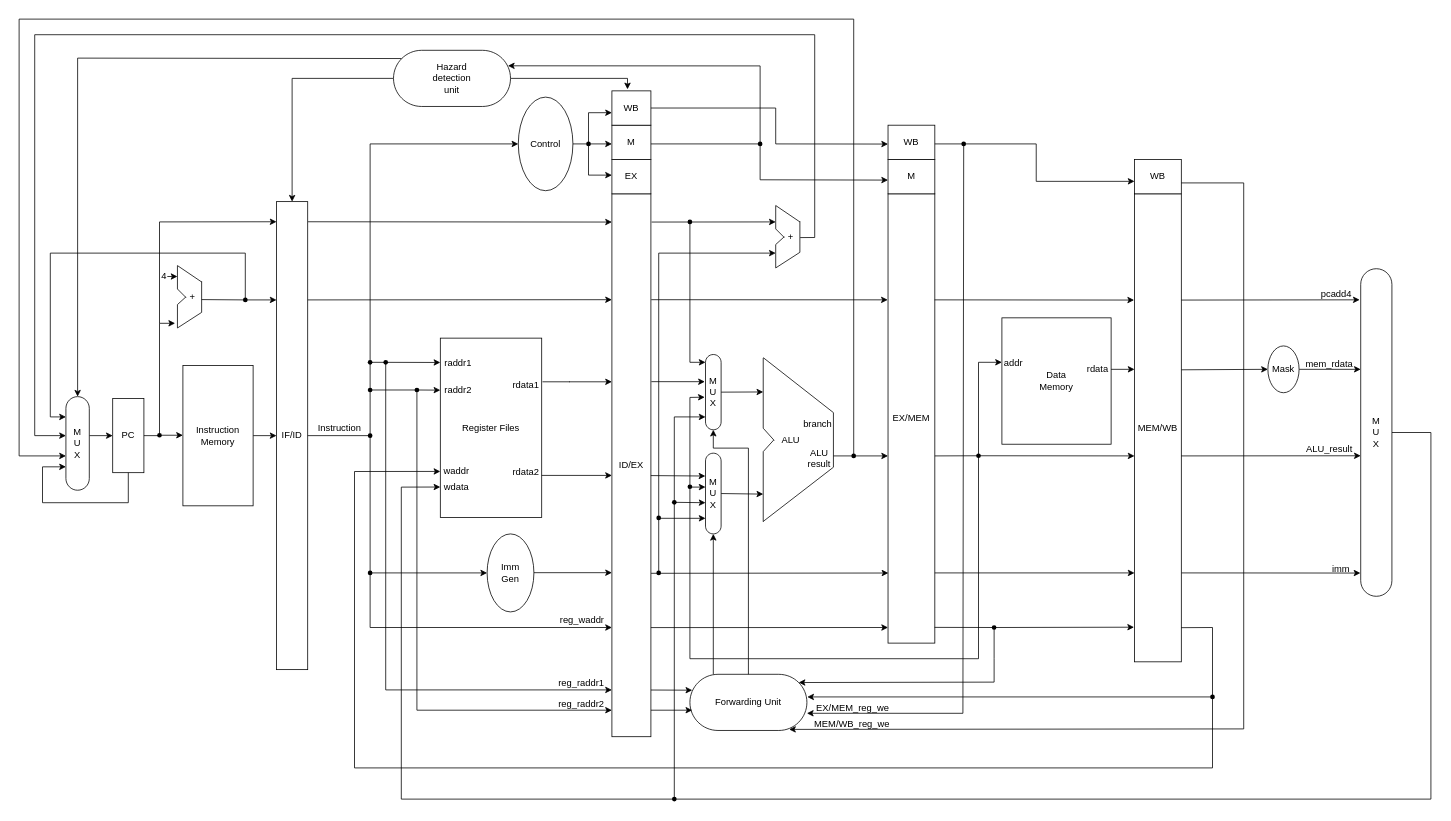
The draw.io diagram CPU2.0 pipeline.drawio in Briarcresy/2026-IC-contest-JYD, before the edit. Source tidied: cells renumbered, new cells numbered last; positions are measured from the earlier drawing's top-left corner, leaving out a move shared by most shapes. Both pictures are drawn from the tidied source at 78%, with x=0, y=0 at pixel (19, 19).
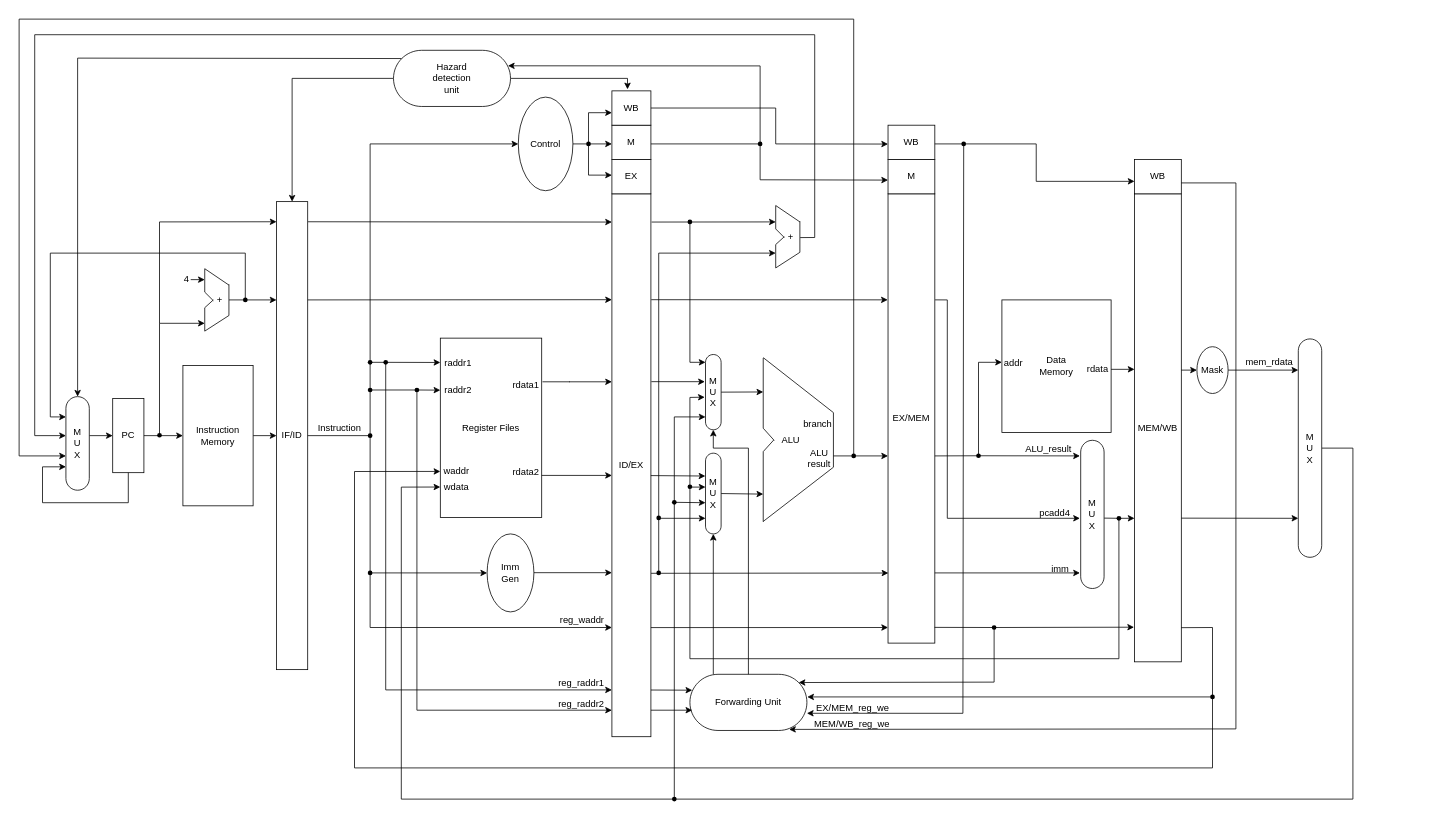
The same diagram, later.

Unchanged cells that the change refers to:
```xml
<mxCell id="18" value="EX/MEM" style="rounded=0;whiteSpace=wrap;html=1;" parent="1" vertex="1">
  <mxGeometry x="1114" y="224" width="60" height="576" as="geometry" />
</mxCell>
<mxCell id="19" value="MEM/WB" style="rounded=0;whiteSpace=wrap;html=1;" parent="1" vertex="1">
  <mxGeometry x="1430" y="224" width="60" height="600" as="geometry" />
</mxCell>
<mxCell id="35" value="M&lt;div&gt;U&lt;/div&gt;&lt;div&gt;X&lt;/div&gt;" style="html=1;dashed=0;whiteSpace=wrap;shape=mxgraph.dfd.start;direction=south;" parent="1" vertex="1">
  <mxGeometry x="880" y="430" width="20" height="96.5" as="geometry" />
</mxCell>
<mxCell id="76" value="Forwarding&amp;nbsp;&lt;span style=&quot;background-color: transparent; color: light-dark(rgb(0, 0, 0), rgb(255, 255, 255));&quot;&gt;Unit&lt;/span&gt;" style="html=1;dashed=0;whiteSpace=wrap;shape=mxgraph.dfd.start;points=[[0,0,0,10.548,10.548000000000002],[0,0,0,10.548,61.452],[0,0,0,139.452,10.548000000000002],[0,0,0,139.452,61.452],[0,0.5,0,0,0],[0.3,0,0,0,0],[0.5,0,0,0,0],[0.5,0.5,0,0,36],[1,0.5,0,0,0]];" parent="1" vertex="1">
  <mxGeometry x="860" y="840" width="150" height="72" as="geometry" />
</mxCell>
<mxCell id="122" style="shape=waypoint;sketch=0;fillStyle=solid;size=6;points=[];fillColor=none;perimeter=centerPerimeter;snapToPoint=1;" parent="1" vertex="1">
  <mxGeometry x="1220" y="549.8" width="20" height="20" as="geometry" />
</mxCell>
<mxCell id="151" style="shape=waypoint;sketch=0;fillStyle=solid;size=6;points=[];fillColor=none;perimeter=centerPerimeter;snapToPoint=1;" parent="1" vertex="1">
  <mxGeometry x="280" y="350" width="20" height="20" as="geometry" />
</mxCell>
```

The edit, as a diff of the source:
```diff
@@
-    <mxCell id="3" style="edgeStyle=orthogonalEdgeStyle;rounded=0;orthogonalLoop=1;jettySize=auto;html=1;exitDx=0;exitDy=0;entryX=0;entryY=0.5;entryDx=0;entryDy=0;" parent="1" edge="1">
+    <mxCell id="3" style="edgeStyle=orthogonalEdgeStyle;rounded=0;orthogonalLoop=1;jettySize=auto;html=1;entryX=0;entryY=0.5;entryDx=0;entryDy=0;" parent="1" edge="1">
       <mxGeometry relative="1" as="geometry">
-        <mxPoint x="183" y="533.5" as="sourcePoint" />
+        <mxPoint x="180" y="534" as="sourcePoint" />
         <mxPoint x="210" y="534" as="targetPoint" />
       </mxGeometry>
     </mxCell>
@@
     <mxCell id="9" value="Data&lt;div&gt;Memory&lt;/div&gt;" style="rounded=0;whiteSpace=wrap;html=1;" parent="1" vertex="1">
-      <mxGeometry x="1260" y="383" width="140" height="162" as="geometry" />
+      <mxGeometry x="1260" y="360" width="140" height="170" as="geometry" />
     </mxCell>
@@
-    <mxCell id="20" style="edgeStyle=none;rounded=0;jettySize=auto;html=1;entryX=0;entryY=0.83;entryDx=0;entryDy=0;entryPerimeter=0;exitX=0.5;exitY=0.5;exitDx=0;exitDy=-20;exitPerimeter=0;" parent="1" edge="1" source="107">
+    <mxCell id="20" style="edgeStyle=none;rounded=0;jettySize=auto;html=1;entryX=0;entryY=0.83;entryDx=0;entryDy=0;entryPerimeter=0;exitX=0.5;exitY=0.5;exitDx=0;exitDy=-15;exitPerimeter=0;" parent="1" edge="1" source="107">
       <mxGeometry relative="1" as="geometry">
         <mxPoint x="540" y="599.9" as="targetPoint" />
         <Array as="points">
-          <mxPoint x="1810" y="530" />
-          <mxPoint x="1810" y="1000" />
+          <mxPoint x="1710" y="550" />
+          <mxPoint x="1710" y="1000" />
           <mxPoint x="490" y="1000" />
           <mxPoint x="490" y="600" />
         </Array>
       </mxGeometry>
     </mxCell>
@@
     <mxCell id="22" style="endArrow=none;html=1;rounded=0;" parent="1" edge="1">
       <mxGeometry relative="1" as="geometry">
-        <mxPoint x="203" y="316" as="sourcePoint" />
-        <mxPoint x="234" y="337" as="targetPoint" />
+        <mxPoint x="238" y="320" as="sourcePoint" />
+        <mxPoint x="269" y="341" as="targetPoint" />
       </mxGeometry>
     </mxCell>
     <mxCell id="23" style="endArrow=none;html=1;rounded=0;" parent="1" edge="1">
       <mxGeometry relative="1" as="geometry">
-        <mxPoint x="203" y="316" as="sourcePoint" />
-        <mxPoint x="203" y="346" as="targetPoint" />
+        <mxPoint x="238" y="320" as="sourcePoint" />
+        <mxPoint x="238" y="350" as="targetPoint" />
       </mxGeometry>
     </mxCell>
     <mxCell id="24" style="endArrow=none;html=1;rounded=0;" parent="1" edge="1">
       <mxGeometry relative="1" as="geometry">
-        <mxPoint x="203" y="346" as="sourcePoint" />
-        <mxPoint x="214" y="357" as="targetPoint" />
+        <mxPoint x="238" y="350" as="sourcePoint" />
+        <mxPoint x="249" y="361" as="targetPoint" />
       </mxGeometry>
     </mxCell>
     <mxCell id="25" style="endArrow=none;html=1;rounded=0;" parent="1" edge="1">
       <mxGeometry relative="1" as="geometry">
-        <mxPoint x="203" y="396" as="sourcePoint" />
-        <mxPoint x="214" y="356" as="targetPoint" />
+        <mxPoint x="238" y="400" as="sourcePoint" />
+        <mxPoint x="249" y="360" as="targetPoint" />
         <Array as="points">
-          <mxPoint x="203" y="366" />
+          <mxPoint x="238" y="370" />
         </Array>
       </mxGeometry>
     </mxCell>
     <mxCell id="26" style="endArrow=none;html=1;rounded=0;" parent="1" edge="1">
       <mxGeometry relative="1" as="geometry">
-        <mxPoint x="203" y="396" as="sourcePoint" />
-        <mxPoint x="234" y="376" as="targetPoint" />
+        <mxPoint x="238" y="400" as="sourcePoint" />
+        <mxPoint x="269" y="380" as="targetPoint" />
       </mxGeometry>
     </mxCell>
@@
     <mxCell id="42" style="endArrow=classic;html=1;rounded=0;exitDx=0;exitDy=0;exitPerimeter=0;" parent="1" edge="1" source="122">
       <mxGeometry relative="1" as="geometry">
-        <mxPoint x="1430" y="560" as="targetPoint" />
+        <mxPoint x="1360" y="560" as="targetPoint" />
       </mxGeometry>
     </mxCell>
@@
     <mxCell id="57" style="endArrow=classic;html=1;rounded=0;exitX=1;exitY=0.5;exitDx=0;exitDy=0;" parent="1" edge="1" source="127">
       <mxGeometry relative="1" as="geometry">
-        <mxPoint x="1720" y="449" as="targetPoint" />
+        <mxPoint x="1640" y="450" as="targetPoint" />
       </mxGeometry>
     </mxCell>
@@
     <mxCell id="66" style="endArrow=none;html=1;rounded=0;" parent="1" edge="1">
       <mxGeometry relative="1" as="geometry">
-        <mxPoint x="234" y="376" as="sourcePoint" />
-        <mxPoint x="234" y="336" as="targetPoint" />
+        <mxPoint x="269" y="380" as="sourcePoint" />
+        <mxPoint x="269" y="340" as="targetPoint" />
       </mxGeometry>
     </mxCell>
     <mxCell id="67" value="+" style="text;html=1;align=center;verticalAlign=middle;points=[];strokeColor=none;fillColor=none;" parent="1" vertex="1">
-      <mxGeometry x="207" y="342" width="30" height="30" as="geometry" />
+      <mxGeometry x="242" y="346" width="30" height="30" as="geometry" />
     </mxCell>
     <mxCell id="68" style="endArrow=classic;html=1;rounded=0;" parent="1" edge="1">
       <mxGeometry relative="1" as="geometry">
         <mxPoint x="180" y="534" as="sourcePoint" />
-        <mxPoint x="200" y="390" as="targetPoint" />
+        <mxPoint x="238" y="390" as="targetPoint" />
         <Array as="points">
           <mxPoint x="180" y="390" />
         </Array>
       </mxGeometry>
     </mxCell>
@@
     <mxCell id="71" style="endArrow=classic;html=1;rounded=0;" parent="1" edge="1">
       <mxGeometry relative="1" as="geometry">
-        <mxPoint x="190" y="330" as="sourcePoint" />
-        <mxPoint x="203" y="330" as="targetPoint" />
+        <mxPoint x="220" y="334" as="sourcePoint" />
+        <mxPoint x="238" y="334" as="targetPoint" />
       </mxGeometry>
     </mxCell>
     <mxCell id="72" value="4" style="text;strokeColor=none;align=center;fillColor=none;html=1;verticalAlign=middle;whiteSpace=wrap;rounded=0;" parent="1" vertex="1">
-      <mxGeometry x="178" y="324" width="16" height="11" as="geometry" />
+      <mxGeometry x="210" y="328" width="10" height="11" as="geometry" />
     </mxCell>
@@
     <mxCell id="107" value="M&lt;div&gt;U&lt;/div&gt;&lt;div&gt;X&lt;/div&gt;" style="html=1;dashed=0;whiteSpace=wrap;shape=mxgraph.dfd.start;direction=south;" parent="1" vertex="1">
-      <mxGeometry x="1720" y="320" width="40" height="420" as="geometry" />
+      <mxGeometry x="1640" y="410" width="30" height="280" as="geometry" />
     </mxCell>
@@
     <mxCell id="109" style="endArrow=classic;html=1;rounded=0;entryX=0.848;entryY=0.981;entryDx=0;entryDy=0;entryPerimeter=0;" parent="1" edge="1" target="76">
       <mxGeometry relative="1" as="geometry">
         <mxPoint x="1490" y="210" as="sourcePoint" />
         <Array as="points">
-          <mxPoint x="1570" y="210" />
-          <mxPoint x="1570" y="910" />
+          <mxPoint x="1560" y="210" />
+          <mxPoint x="1560" y="910" />
         </Array>
       </mxGeometry>
     </mxCell>
@@
-    <mxCell id="114" style="endArrow=classic;html=1;rounded=0;entryX=-0.009;entryY=0.227;entryDx=0;entryDy=0;entryPerimeter=0;exitX=0.994;exitY=0.236;exitDx=0;exitDy=0;exitPerimeter=0;" parent="1" edge="1" source="18" target="19">
-      <mxGeometry relative="1" as="geometry" />
-    </mxCell>
-    <mxCell id="115" style="endArrow=classic;html=1;rounded=0;exitX=1.002;exitY=0.227;exitDx=0;exitDy=0;exitPerimeter=0;entryX=0.095;entryY=1.033;entryDx=0;entryDy=0;entryPerimeter=0;" parent="1" edge="1" source="19" target="107">
-      <mxGeometry relative="1" as="geometry" />
-    </mxCell>
-    <mxCell id="116" style="endArrow=classic;html=1;rounded=0;exitX=0.999;exitY=0.56;exitDx=0;exitDy=0;exitPerimeter=0;entryX=0.571;entryY=1;entryDx=0;entryDy=0;entryPerimeter=0;" parent="1" edge="1" source="19" target="107">
-      <mxGeometry relative="1" as="geometry" />
-    </mxCell>
-    <mxCell id="117" value="pcadd4" style="text;strokeColor=none;align=center;fillColor=none;html=1;verticalAlign=middle;whiteSpace=wrap;rounded=0;" parent="1" vertex="1">
-      <mxGeometry x="1659" y="348" width="60" height="10" as="geometry" />
-    </mxCell>
-    <mxCell id="118" value="ALU_result" style="text;strokeColor=none;align=center;fillColor=none;html=1;verticalAlign=middle;whiteSpace=wrap;rounded=0;" parent="1" vertex="1">
-      <mxGeometry x="1650" y="547" width="60" height="10" as="geometry" />
-    </mxCell>
     <mxCell id="119" value="mem_rdata" style="text;strokeColor=none;align=center;fillColor=none;html=1;verticalAlign=middle;whiteSpace=wrap;rounded=0;" parent="1" vertex="1">
-      <mxGeometry x="1650" y="437" width="60" height="10" as="geometry" />
+      <mxGeometry x="1573" y="435" width="60" height="10" as="geometry" />
     </mxCell>
@@
-    <mxCell id="124" style="endArrow=classic;html=1;rounded=0;entryX=0;entryY=0.81;entryDx=0;entryDy=0;entryPerimeter=0;" parent="1" edge="1" target="19">
+    <mxCell id="124" style="endArrow=classic;html=1;rounded=0;" parent="1" edge="1">
       <mxGeometry relative="1" as="geometry">
         <mxPoint x="1174" y="710" as="sourcePoint" />
+        <mxPoint x="1360" y="710" as="targetPoint" />
       </mxGeometry>
     </mxCell>
-    <mxCell id="125" style="endArrow=classic;html=1;rounded=0;entryX=0.929;entryY=1.01;entryDx=0;entryDy=0;entryPerimeter=0;exitX=1.005;exitY=0.81;exitDx=0;exitDy=0;exitPerimeter=0;" parent="1" edge="1" source="19" target="107">
-      <mxGeometry relative="1" as="geometry" />
-    </mxCell>
-    <mxCell id="126" value="imm" style="text;strokeColor=none;align=center;fillColor=none;html=1;verticalAlign=middle;whiteSpace=wrap;rounded=0;" parent="1" vertex="1">
-      <mxGeometry x="1680" y="700" width="30" height="10" as="geometry" />
-    </mxCell>
     <mxCell id="127" value="Mask" style="ellipse;whiteSpace=wrap;html=1;" parent="1" vertex="1">
-      <mxGeometry x="1601" y="419" width="40" height="60" as="geometry" />
+      <mxGeometry x="1510" y="420" width="40" height="60" as="geometry" />
     </mxCell>
-    <mxCell id="128" style="endArrow=classic;html=1;rounded=0;exitX=1.003;exitY=0.376;exitDx=0;exitDy=0;exitPerimeter=0;entryX=0;entryY=0.5;entryDx=0;entryDy=0;" parent="1" edge="1" source="19" target="127">
-      <mxGeometry relative="1" as="geometry" />
+    <mxCell id="128" style="endArrow=classic;html=1;rounded=0;entryX=0;entryY=0.5;entryDx=0;entryDy=0;" parent="1" edge="1" target="127">
+      <mxGeometry relative="1" as="geometry">
+        <mxPoint x="1490" y="450" as="sourcePoint" />
+      </mxGeometry>
     </mxCell>
@@
-    <mxCell id="134" style="endArrow=classic;html=1;rounded=0;exitX=0.597;exitY=0.906;exitDx=0;exitDy=0;exitPerimeter=0;entryX=0.567;entryY=1.05;entryDx=0;entryDy=0;entryPerimeter=0;" parent="1" edge="1" source="122" target="35">
+    <mxCell id="134" style="endArrow=classic;html=1;rounded=0;entryX=0.567;entryY=1.05;entryDx=0;entryDy=0;entryPerimeter=0;exitX=0.525;exitY=-0.002;exitDx=0;exitDy=0;exitPerimeter=0;" parent="1" edge="1" source="184" target="35">
       <mxGeometry relative="1" as="geometry">
         <Array as="points">
-          <mxPoint x="1230" y="820" />
+          <mxPoint x="1410" y="640" />
+          <mxPoint x="1410" y="820" />
           <mxPoint x="860" y="820" />
           <mxPoint x="860" y="485" />
         </Array>
       </mxGeometry>
     </mxCell>
@@
-    <mxCell id="150" style="endArrow=none;html=1;rounded=0;exitX=0.902;exitY=0.586;exitDx=0;exitDy=0;exitPerimeter=0;endFill=0;" parent="1" edge="1" source="67" target="151">
+    <mxCell id="150" style="endArrow=none;html=1;rounded=0;exitX=0.905;exitY=0.467;exitDx=0;exitDy=0;exitPerimeter=0;endFill=0;" parent="1" edge="1" source="67" target="151">
       <mxGeometry relative="1" as="geometry" />
     </mxCell>
@@
+    <mxCell id="184" value="M&lt;div&gt;U&lt;/div&gt;&lt;div&gt;X&lt;/div&gt;" style="html=1;dashed=0;whiteSpace=wrap;shape=mxgraph.dfd.start;direction=south;" parent="1" vertex="1">
+      <mxGeometry x="1361" y="540" width="30" height="190" as="geometry" />
+    </mxCell>
+    <mxCell id="185" style="endArrow=classic;html=1;rounded=0;exitX=1.006;exitY=0.236;exitDx=0;exitDy=0;exitPerimeter=0;" parent="1" edge="1" source="18">
+      <mxGeometry relative="1" as="geometry">
+        <mxPoint x="1360" y="640" as="targetPoint" />
+        <Array as="points">
+          <mxPoint x="1190" y="360" />
+          <mxPoint x="1190" y="640" />
+        </Array>
+      </mxGeometry>
+    </mxCell>
+    <mxCell id="186" style="endArrow=classic;html=1;rounded=0;entryDx=0;entryDy=0;entryPerimeter=0;" parent="1" edge="1">
+      <mxGeometry relative="1" as="geometry">
+        <mxPoint x="1190" y="360" as="sourcePoint" />
+        <mxPoint x="1190" y="360" as="targetPoint" />
+      </mxGeometry>
+    </mxCell>
+    <mxCell id="118" value="ALU_result" style="text;strokeColor=none;align=center;fillColor=none;html=1;verticalAlign=middle;whiteSpace=wrap;rounded=0;" parent="1" vertex="1">
+      <mxGeometry x="1290" y="546.8" width="60" height="10" as="geometry" />
+    </mxCell>
+    <mxCell id="117" value="pcadd4" style="text;strokeColor=none;align=center;fillColor=none;html=1;verticalAlign=middle;whiteSpace=wrap;rounded=0;" parent="1" vertex="1">
+      <mxGeometry x="1303" y="628" width="50" height="10" as="geometry" />
+    </mxCell>
+    <mxCell id="126" value="imm" style="text;strokeColor=none;align=center;fillColor=none;html=1;verticalAlign=middle;whiteSpace=wrap;rounded=0;" parent="1" vertex="1">
+      <mxGeometry x="1322" y="700" width="26" height="10" as="geometry" />
+    </mxCell>
+    <mxCell id="187" style="endArrow=classic;html=1;rounded=0;" parent="1" edge="1">
+      <mxGeometry relative="1" as="geometry">
+        <mxPoint x="1410" y="640" as="sourcePoint" />
+        <mxPoint x="1430" y="640" as="targetPoint" />
+      </mxGeometry>
+    </mxCell>
+    <mxCell id="188" style="shape=waypoint;sketch=0;fillStyle=solid;size=6;fillColor=none;perimeter=centerPerimeter;" parent="1" vertex="1">
+      <mxGeometry x="1400" y="630" width="20" height="20" as="geometry" />
+    </mxCell>
+    <mxCell id="189" style="endArrow=classic;html=1;rounded=0;exitX=1;exitY=0.693;exitDx=0;exitDy=0;exitPerimeter=0;" parent="1" edge="1" source="19">
+      <mxGeometry relative="1" as="geometry">
+        <mxPoint x="1640" y="640" as="targetPoint" />
+      </mxGeometry>
+    </mxCell>
```
